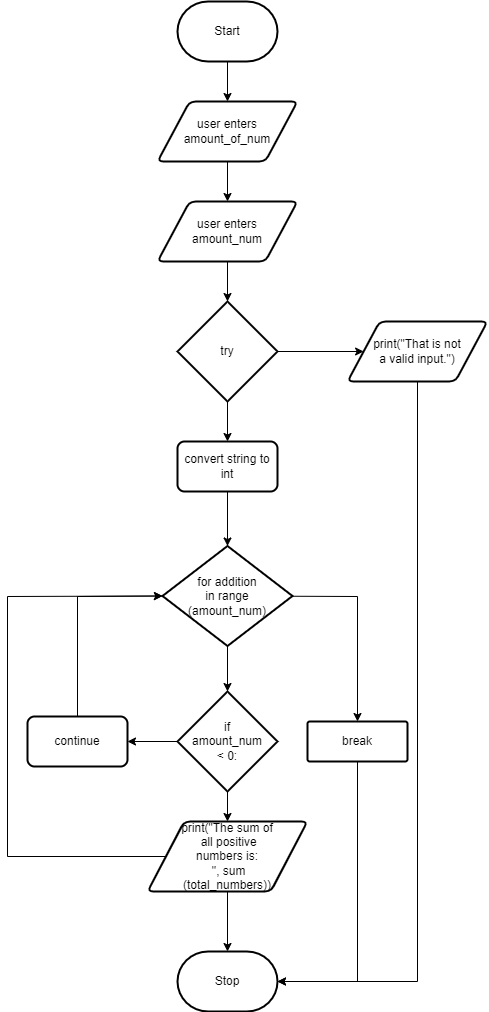
Before: designs/flowchart.png, a diagram exported from draw.io (KaitlynIp64/ICS3UR-Unit-4-05-Python). Source tidied: cells renumbered, new cells last; positions are measured from the earlier drawing's top-left corner, leaving out a move shared by most shapes. The source it was exported from:
```xml
<mxGraphModel>
  <root>
    <mxCell id="0" />
    <mxCell id="1" parent="0" />
    <mxCell id="2" style="edgeStyle=none;html=1;exitX=0.5;exitY=1;exitDx=0;exitDy=0;exitPerimeter=0;entryX=0.5;entryY=0;entryDx=0;entryDy=0;" parent="1" edge="1" source="3" target="5">
      <mxGeometry relative="1" as="geometry" />
    </mxCell>
    <mxCell id="3" value="Start" style="strokeWidth=2;html=1;shape=mxgraph.flowchart.terminator;whiteSpace=wrap;" parent="1" vertex="1">
      <mxGeometry x="170" width="100" height="60" as="geometry" />
    </mxCell>
    <mxCell id="4" style="edgeStyle=none;html=1;exitX=0.5;exitY=1;exitDx=0;exitDy=0;entryX=0.5;entryY=0;entryDx=0;entryDy=0;" parent="1" edge="1" source="5" target="7">
      <mxGeometry relative="1" as="geometry" />
    </mxCell>
    <mxCell id="5" value="user enters amount_of_num" style="shape=parallelogram;html=1;strokeWidth=2;perimeter=parallelogramPerimeter;whiteSpace=wrap;rounded=1;arcSize=12;size=0.23;" parent="1" vertex="1">
      <mxGeometry x="150" y="100" width="140" height="60" as="geometry" />
    </mxCell>
    <mxCell id="6" style="edgeStyle=none;html=1;exitX=0.5;exitY=1;exitDx=0;exitDy=0;entryX=0.5;entryY=0;entryDx=0;entryDy=0;entryPerimeter=0;" parent="1" edge="1" source="7" target="10">
      <mxGeometry relative="1" as="geometry" />
    </mxCell>
    <mxCell id="7" value="user enters &lt;br&gt;amount_num" style="shape=parallelogram;html=1;strokeWidth=2;perimeter=parallelogramPerimeter;whiteSpace=wrap;rounded=1;arcSize=12;size=0.23;" parent="1" vertex="1">
      <mxGeometry x="150" y="200" width="140" height="60" as="geometry" />
    </mxCell>
    <mxCell id="8" style="edgeStyle=none;html=1;exitX=1;exitY=0.5;exitDx=0;exitDy=0;exitPerimeter=0;entryX=0;entryY=0.5;entryDx=0;entryDy=0;" parent="1" edge="1" source="10" target="12">
      <mxGeometry relative="1" as="geometry" />
    </mxCell>
    <mxCell id="9" style="edgeStyle=none;html=1;exitX=0.5;exitY=1;exitDx=0;exitDy=0;exitPerimeter=0;entryX=0.5;entryY=0;entryDx=0;entryDy=0;" parent="1" edge="1" source="10" target="14">
      <mxGeometry relative="1" as="geometry" />
    </mxCell>
    <mxCell id="10" value="try" style="strokeWidth=2;html=1;shape=mxgraph.flowchart.decision;whiteSpace=wrap;rounded=1;" parent="1" vertex="1">
      <mxGeometry x="170" y="300" width="100" height="100" as="geometry" />
    </mxCell>
    <mxCell id="11" style="edgeStyle=none;rounded=0;html=1;entryX=1;entryY=0.5;entryDx=0;entryDy=0;entryPerimeter=0;" parent="1" edge="1" source="12" target="28">
      <mxGeometry relative="1" as="geometry">
        <Array as="points">
          <mxPoint x="410" y="980" />
        </Array>
      </mxGeometry>
    </mxCell>
    <mxCell id="12" value="print(&quot;That is not &lt;br&gt;a valid input.&quot;)" style="shape=parallelogram;html=1;strokeWidth=2;perimeter=parallelogramPerimeter;whiteSpace=wrap;rounded=1;arcSize=12;size=0.23;" parent="1" vertex="1">
      <mxGeometry x="340" y="320" width="140" height="60" as="geometry" />
    </mxCell>
    <mxCell id="13" style="edgeStyle=none;html=1;exitX=0.5;exitY=1;exitDx=0;exitDy=0;entryX=0.5;entryY=0;entryDx=0;entryDy=0;entryPerimeter=0;" parent="1" edge="1" source="14" target="17">
      <mxGeometry relative="1" as="geometry" />
    </mxCell>
    <mxCell id="14" value="convert string to int" style="rounded=1;whiteSpace=wrap;html=1;absoluteArcSize=1;arcSize=14;strokeWidth=2;" parent="1" vertex="1">
      <mxGeometry x="170" y="440" width="100" height="50" as="geometry" />
    </mxCell>
    <mxCell id="15" style="edgeStyle=none;html=1;exitX=0.5;exitY=1;exitDx=0;exitDy=0;exitPerimeter=0;entryX=0.5;entryY=0;entryDx=0;entryDy=0;entryPerimeter=0;" parent="1" edge="1" source="17" target="20">
      <mxGeometry relative="1" as="geometry" />
    </mxCell>
    <mxCell id="16" style="edgeStyle=none;rounded=0;html=1;entryX=0.5;entryY=0;entryDx=0;entryDy=0;entryPerimeter=0;" parent="1" edge="1" source="17" target="27">
      <mxGeometry relative="1" as="geometry">
        <Array as="points">
          <mxPoint x="350" y="595" />
        </Array>
      </mxGeometry>
    </mxCell>
    <mxCell id="17" value="for addition &lt;br&gt;in range&lt;br&gt;(amount_num)" style="strokeWidth=2;html=1;shape=mxgraph.flowchart.decision;whiteSpace=wrap;rounded=1;" parent="1" vertex="1">
      <mxGeometry x="155" y="544.5" width="130" height="100" as="geometry" />
    </mxCell>
    <mxCell id="18" style="edgeStyle=none;html=1;entryX=1;entryY=0.5;entryDx=0;entryDy=0;" parent="1" edge="1" source="20" target="25">
      <mxGeometry relative="1" as="geometry" />
    </mxCell>
    <mxCell id="19" style="edgeStyle=none;html=1;exitX=0.5;exitY=1;exitDx=0;exitDy=0;exitPerimeter=0;entryX=0.5;entryY=0;entryDx=0;entryDy=0;" parent="1" edge="1" source="20" target="23">
      <mxGeometry relative="1" as="geometry" />
    </mxCell>
    <mxCell id="20" value="if &lt;br&gt;amount_num &lt;br&gt;&amp;lt; 0:" style="strokeWidth=2;html=1;shape=mxgraph.flowchart.decision;whiteSpace=wrap;rounded=1;" parent="1" vertex="1">
      <mxGeometry x="170" y="690" width="100" height="100" as="geometry" />
    </mxCell>
    <mxCell id="21" style="edgeStyle=none;html=1;exitX=0;exitY=0.5;exitDx=0;exitDy=0;entryX=0;entryY=0.5;entryDx=0;entryDy=0;entryPerimeter=0;rounded=0;" parent="1" edge="1" source="23" target="17">
      <mxGeometry relative="1" as="geometry">
        <Array as="points">
          <mxPoint y="855" />
          <mxPoint y="595" />
        </Array>
      </mxGeometry>
    </mxCell>
    <mxCell id="22" style="edgeStyle=none;rounded=0;html=1;exitX=0.5;exitY=1;exitDx=0;exitDy=0;entryX=0.5;entryY=0;entryDx=0;entryDy=0;entryPerimeter=0;" parent="1" edge="1" source="23" target="28">
      <mxGeometry relative="1" as="geometry" />
    </mxCell>
    <mxCell id="23" value="print(&quot;The sum of&lt;br&gt;&amp;nbsp;all positive &lt;br&gt;numbers is:&lt;br&gt;&amp;nbsp;&quot;, sum&lt;br&gt;(total_numbers))" style="shape=parallelogram;html=1;strokeWidth=2;perimeter=parallelogramPerimeter;whiteSpace=wrap;rounded=1;arcSize=12;size=0.23;" parent="1" vertex="1">
      <mxGeometry x="140" y="820" width="160" height="70" as="geometry" />
    </mxCell>
    <mxCell id="24" style="edgeStyle=none;html=1;entryX=0;entryY=0.5;entryDx=0;entryDy=0;entryPerimeter=0;rounded=0;" parent="1" edge="1" source="25" target="17">
      <mxGeometry relative="1" as="geometry">
        <Array as="points">
          <mxPoint x="70" y="595" />
        </Array>
      </mxGeometry>
    </mxCell>
    <mxCell id="25" value="continue" style="rounded=1;whiteSpace=wrap;html=1;absoluteArcSize=1;arcSize=14;strokeWidth=2;" parent="1" vertex="1">
      <mxGeometry x="20" y="715" width="100" height="50" as="geometry" />
    </mxCell>
    <mxCell id="26" style="edgeStyle=none;rounded=0;html=1;exitX=0.5;exitY=1;exitDx=0;exitDy=0;exitPerimeter=0;entryX=1;entryY=0.5;entryDx=0;entryDy=0;entryPerimeter=0;" parent="1" edge="1" source="27" target="28">
      <mxGeometry relative="1" as="geometry">
        <Array as="points">
          <mxPoint x="350" y="980" />
        </Array>
      </mxGeometry>
    </mxCell>
    <mxCell id="27" value="break" style="strokeWidth=2;html=1;shape=mxgraph.flowchart.process;whiteSpace=wrap;rounded=1;" parent="1" vertex="1">
      <mxGeometry x="300" y="720" width="100" height="40" as="geometry" />
    </mxCell>
    <mxCell id="28" value="Stop" style="strokeWidth=2;html=1;shape=mxgraph.flowchart.terminator;whiteSpace=wrap;rounded=1;" parent="1" vertex="1">
      <mxGeometry x="170" y="950" width="100" height="60" as="geometry" />
    </mxCell>
  </root>
</mxGraphModel>
```
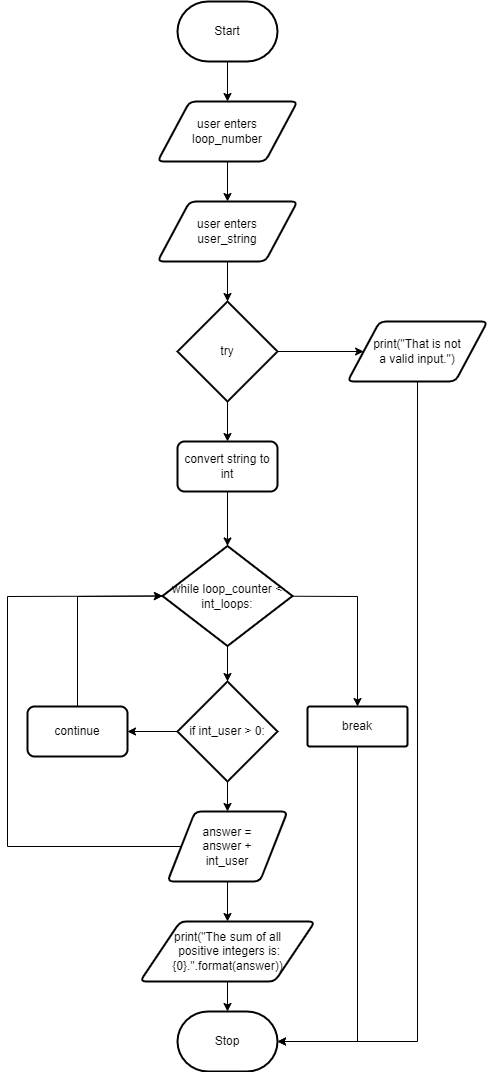
After the change.

Diff of the diagram source:
```diff
@@ -11,13 +11,13 @@
     <mxCell id="4" style="edgeStyle=none;html=1;exitX=0.5;exitY=1;exitDx=0;exitDy=0;entryX=0.5;entryY=0;entryDx=0;entryDy=0;" parent="1" edge="1" source="5" target="7">
       <mxGeometry relative="1" as="geometry" />
     </mxCell>
-    <mxCell id="5" value="user enters amount_of_num" style="shape=parallelogram;html=1;strokeWidth=2;perimeter=parallelogramPerimeter;whiteSpace=wrap;rounded=1;arcSize=12;size=0.23;" parent="1" vertex="1">
+    <mxCell id="5" value="user enters &lt;br&gt;loop_number" style="shape=parallelogram;html=1;strokeWidth=2;perimeter=parallelogramPerimeter;whiteSpace=wrap;rounded=1;arcSize=12;size=0.23;" parent="1" vertex="1">
       <mxGeometry x="150" y="100" width="140" height="60" as="geometry" />
     </mxCell>
     <mxCell id="6" style="edgeStyle=none;html=1;exitX=0.5;exitY=1;exitDx=0;exitDy=0;entryX=0.5;entryY=0;entryDx=0;entryDy=0;entryPerimeter=0;" parent="1" edge="1" source="7" target="10">
       <mxGeometry relative="1" as="geometry" />
     </mxCell>
-    <mxCell id="7" value="user enters &lt;br&gt;amount_num" style="shape=parallelogram;html=1;strokeWidth=2;perimeter=parallelogramPerimeter;whiteSpace=wrap;rounded=1;arcSize=12;size=0.23;" parent="1" vertex="1">
+    <mxCell id="7" value="user enters &lt;br&gt;user_string" style="shape=parallelogram;html=1;strokeWidth=2;perimeter=parallelogramPerimeter;whiteSpace=wrap;rounded=1;arcSize=12;size=0.23;" parent="1" vertex="1">
       <mxGeometry x="150" y="200" width="140" height="60" as="geometry" />
     </mxCell>
     <mxCell id="8" style="edgeStyle=none;html=1;exitX=1;exitY=0.5;exitDx=0;exitDy=0;exitPerimeter=0;entryX=0;entryY=0.5;entryDx=0;entryDy=0;" parent="1" edge="1" source="10" target="12">
@@ -32,7 +32,7 @@
     <mxCell id="11" style="edgeStyle=none;rounded=0;html=1;entryX=1;entryY=0.5;entryDx=0;entryDy=0;entryPerimeter=0;" parent="1" edge="1" source="12" target="28">
       <mxGeometry relative="1" as="geometry">
         <Array as="points">
-          <mxPoint x="410" y="980" />
+          <mxPoint x="410" y="1040" />
         </Array>
       </mxGeometry>
     </mxCell>
@@ -55,7 +55,7 @@
         </Array>
       </mxGeometry>
     </mxCell>
-    <mxCell id="17" value="for addition &lt;br&gt;in range&lt;br&gt;(amount_num)" style="strokeWidth=2;html=1;shape=mxgraph.flowchart.decision;whiteSpace=wrap;rounded=1;" parent="1" vertex="1">
+    <mxCell id="17" value="while loop_counter &amp;lt; int_loops:" style="strokeWidth=2;html=1;shape=mxgraph.flowchart.decision;whiteSpace=wrap;rounded=1;" parent="1" vertex="1">
       <mxGeometry x="155" y="544.5" width="130" height="100" as="geometry" />
     </mxCell>
     <mxCell id="18" style="edgeStyle=none;html=1;entryX=1;entryY=0.5;entryDx=0;entryDy=0;" parent="1" edge="1" source="20" target="25">
@@ -64,22 +64,25 @@
     <mxCell id="19" style="edgeStyle=none;html=1;exitX=0.5;exitY=1;exitDx=0;exitDy=0;exitPerimeter=0;entryX=0.5;entryY=0;entryDx=0;entryDy=0;" parent="1" edge="1" source="20" target="23">
       <mxGeometry relative="1" as="geometry" />
     </mxCell>
-    <mxCell id="20" value="if &lt;br&gt;amount_num &lt;br&gt;&amp;lt; 0:" style="strokeWidth=2;html=1;shape=mxgraph.flowchart.decision;whiteSpace=wrap;rounded=1;" parent="1" vertex="1">
-      <mxGeometry x="170" y="690" width="100" height="100" as="geometry" />
+    <mxCell id="20" value="if int_user &amp;gt; 0:" style="strokeWidth=2;html=1;shape=mxgraph.flowchart.decision;whiteSpace=wrap;rounded=1;" parent="1" vertex="1">
+      <mxGeometry x="170" y="680" width="100" height="100" as="geometry" />
     </mxCell>
     <mxCell id="21" style="edgeStyle=none;html=1;exitX=0;exitY=0.5;exitDx=0;exitDy=0;entryX=0;entryY=0.5;entryDx=0;entryDy=0;entryPerimeter=0;rounded=0;" parent="1" edge="1" source="23" target="17">
       <mxGeometry relative="1" as="geometry">
         <Array as="points">
-          <mxPoint y="855" />
+          <mxPoint y="845" />
           <mxPoint y="595" />
         </Array>
       </mxGeometry>
     </mxCell>
-    <mxCell id="22" style="edgeStyle=none;rounded=0;html=1;exitX=0.5;exitY=1;exitDx=0;exitDy=0;entryX=0.5;entryY=0;entryDx=0;entryDy=0;entryPerimeter=0;" parent="1" edge="1" source="23" target="28">
+    <mxCell id="22" style="edgeStyle=none;rounded=0;html=1;exitX=0.5;exitY=1;exitDx=0;exitDy=0;entryX=0.5;entryY=0;entryDx=0;entryDy=0;entryPerimeter=0;" parent="1" edge="1" source="30" target="28">
       <mxGeometry relative="1" as="geometry" />
     </mxCell>
+    <mxCell id="29" style="edgeStyle=none;html=1;entryX=0.5;entryY=0;entryDx=0;entryDy=0;exitX=0.5;exitY=1;exitDx=0;exitDy=0;" parent="1" edge="1" source="23" target="30">
+      <mxGeometry relative="1" as="geometry" />
+    </mxCell>
-    <mxCell id="23" value="print(&quot;The sum of&lt;br&gt;&amp;nbsp;all positive &lt;br&gt;numbers is:&lt;br&gt;&amp;nbsp;&quot;, sum&lt;br&gt;(total_numbers))" style="shape=parallelogram;html=1;strokeWidth=2;perimeter=parallelogramPerimeter;whiteSpace=wrap;rounded=1;arcSize=12;size=0.23;" parent="1" vertex="1">
-      <mxGeometry x="140" y="820" width="160" height="70" as="geometry" />
+    <mxCell id="23" value="answer = &lt;br&gt;answer + &lt;br&gt;int_user" style="shape=parallelogram;html=1;strokeWidth=2;perimeter=parallelogramPerimeter;whiteSpace=wrap;rounded=1;arcSize=12;size=0.23;" parent="1" vertex="1">
+      <mxGeometry x="160" y="810" width="120" height="70" as="geometry" />
     </mxCell>
     <mxCell id="24" style="edgeStyle=none;html=1;entryX=0;entryY=0.5;entryDx=0;entryDy=0;entryPerimeter=0;rounded=0;" parent="1" edge="1" source="25" target="17">
       <mxGeometry relative="1" as="geometry">
@@ -89,20 +92,23 @@
       </mxGeometry>
     </mxCell>
     <mxCell id="25" value="continue" style="rounded=1;whiteSpace=wrap;html=1;absoluteArcSize=1;arcSize=14;strokeWidth=2;" parent="1" vertex="1">
-      <mxGeometry x="20" y="715" width="100" height="50" as="geometry" />
+      <mxGeometry x="20" y="705" width="100" height="50" as="geometry" />
     </mxCell>
     <mxCell id="26" style="edgeStyle=none;rounded=0;html=1;exitX=0.5;exitY=1;exitDx=0;exitDy=0;exitPerimeter=0;entryX=1;entryY=0.5;entryDx=0;entryDy=0;entryPerimeter=0;" parent="1" edge="1" source="27" target="28">
       <mxGeometry relative="1" as="geometry">
         <Array as="points">
-          <mxPoint x="350" y="980" />
+          <mxPoint x="350" y="1040" />
         </Array>
       </mxGeometry>
     </mxCell>
     <mxCell id="27" value="break" style="strokeWidth=2;html=1;shape=mxgraph.flowchart.process;whiteSpace=wrap;rounded=1;" parent="1" vertex="1">
-      <mxGeometry x="300" y="720" width="100" height="40" as="geometry" />
+      <mxGeometry x="300" y="705" width="100" height="40" as="geometry" />
     </mxCell>
     <mxCell id="28" value="Stop" style="strokeWidth=2;html=1;shape=mxgraph.flowchart.terminator;whiteSpace=wrap;rounded=1;" parent="1" vertex="1">
-      <mxGeometry x="170" y="950" width="100" height="60" as="geometry" />
+      <mxGeometry x="170" y="1010" width="100" height="60" as="geometry" />
     </mxCell>
+    <mxCell id="30" value="print(&quot;The sum of all&lt;br&gt;&amp;nbsp;positive integers is: {0}.&quot;.format(answer))" style="shape=parallelogram;html=1;strokeWidth=2;perimeter=parallelogramPerimeter;whiteSpace=wrap;rounded=1;arcSize=12;size=0.23;" parent="1" vertex="1">
+      <mxGeometry x="132.5" y="920" width="175" height="60" as="geometry" />
+    </mxCell>
   </root>
 </mxGraphModel>
```
